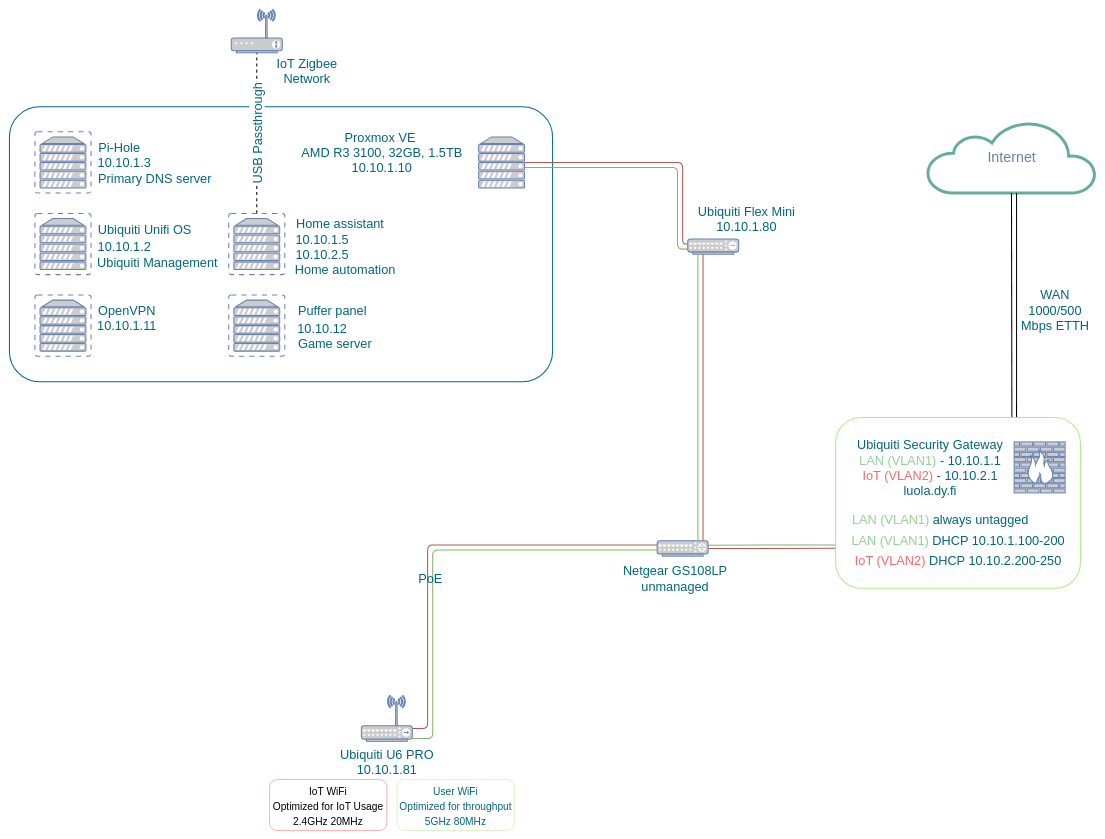
Before: Drawio/network.drawio in Vili-B/HomeLab, a draw.io diagram. Source tidied: cells renumbered, new cells numbered last; positions are measured from the earlier drawing's top-left corner, leaving out a move shared by most shapes. Both pictures are drawn from the tidied source at 51%, with x=0, y=0 at pixel (9, 9).
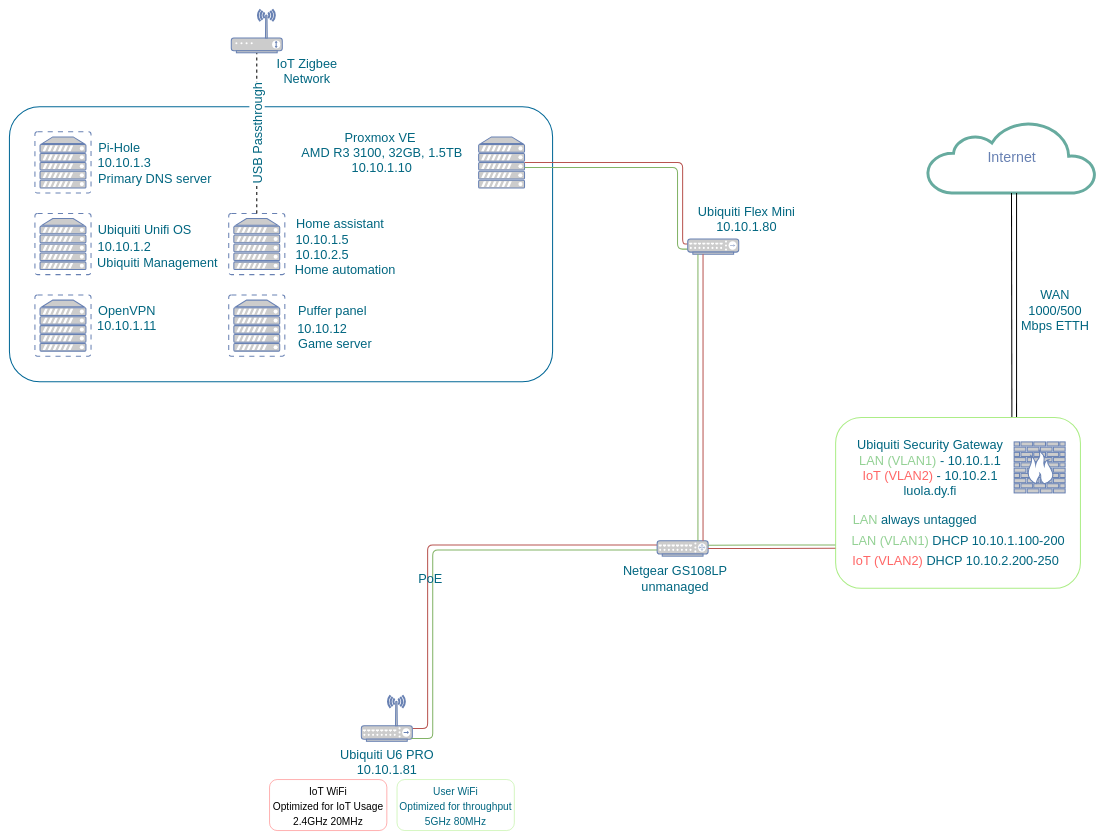
The same diagram, later.

The edit, as a diff of the source:
```diff
@@
     <mxCell id="20" value="IoT (VLAN2)&lt;font color=&quot;#006680&quot;&gt;&amp;nbsp;DHCP 10.10.2.200-250&lt;/font&gt;" style="text;html=1;align=center;verticalAlign=middle;strokeColor=none;fillColor=none;fontSize=25;fontColor=#FF6666;" parent="1" vertex="1">
-      <mxGeometry x="1645" y="1060" width="430" height="40" as="geometry" />
+      <mxGeometry x="1640" y="1060" width="430" height="40" as="geometry" />
     </mxCell>
@@
-    <mxCell id="54" value="&lt;span style=&quot;color: rgb(147, 209, 148);&quot;&gt;LAN (VLAN1)&amp;nbsp;&lt;/span&gt;always untagged" style="text;html=1;align=center;verticalAlign=middle;strokeColor=none;fillColor=none;fontSize=25;fontColor=#006680;" parent="1" vertex="1">
-      <mxGeometry x="1640" y="980" width="370" height="40" as="geometry" />
+    <mxCell id="54" value="&lt;span style=&quot;color: rgb(147, 209, 148);&quot;&gt;LAN&amp;nbsp;&lt;/span&gt;always untagged" style="text;html=1;align=center;verticalAlign=middle;strokeColor=none;fillColor=none;fontSize=25;fontColor=#006680;" parent="1" vertex="1">
+      <mxGeometry x="1640" y="980" width="270" height="40" as="geometry" />
     </mxCell>
```
